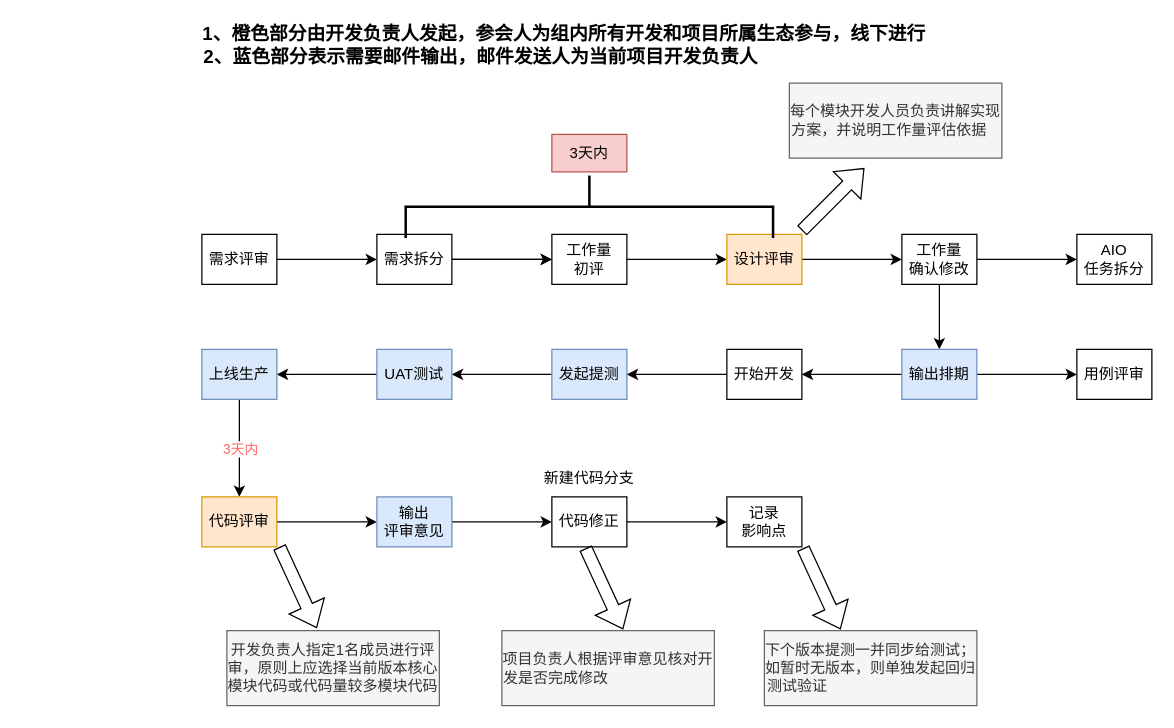
Before: develop-sop.drawio in zhouwenxing/draw.io, a draw.io diagram. Source tidied: cells renumbered, new cells numbered last; positions are measured from the earlier drawing's top-left corner, leaving out a move shared by most shapes. Both pictures are drawn from the tidied source at 125%, with x=0, y=0 at pixel (189, 22).
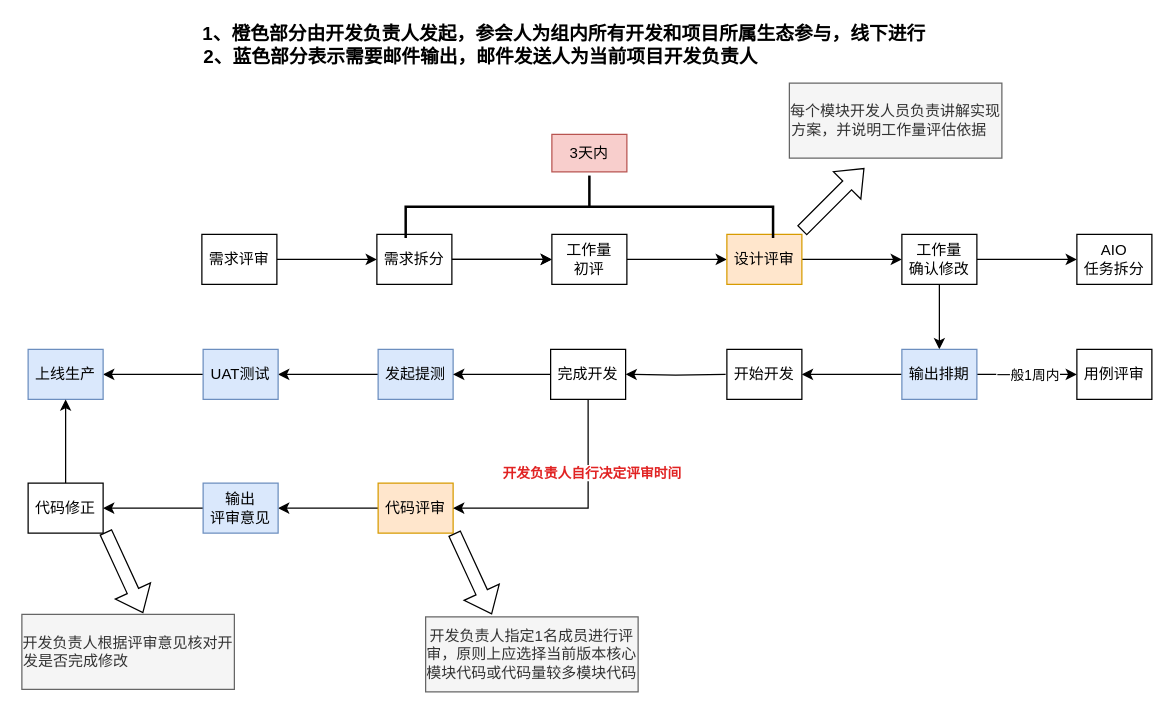
After the change.

Unchanged cells that the change refers to:
```xml
<mxCell id="15" style="edgeStyle=orthogonalEdgeStyle;rounded=0;jettySize=auto;html=1;" parent="1" edge="1" source="16" target="35">
  <mxGeometry relative="1" as="geometry" />
</mxCell>
<mxCell id="19" value="开始开发" style="rounded=0;whiteSpace=wrap;html=1;" parent="1" vertex="1">
  <mxGeometry x="430" y="261" width="60" height="40" as="geometry" />
</mxCell>
```

Diff of the diagram source:
```diff
@@
+    <mxCell id="47" value="一般1周内" style="edgeLabel;html=1;align=center;verticalAlign=middle;labelBorderColor=none;" parent="15" vertex="1">
+      <mxGeometry x="-0.24" relative="1" as="geometry">
+        <mxPoint x="10" as="offset" />
+      </mxGeometry>
+    </mxCell>
@@
-    <mxCell id="18" style="edgeStyle=orthogonalEdgeStyle;rounded=0;jettySize=auto;html=1;" parent="1" edge="1" source="19" target="21">
-      <mxGeometry relative="1" as="geometry">
-        <Array as="points">
-          <mxPoint x="390" y="281" />
-          <mxPoint x="390" y="281" />
-        </Array>
-      </mxGeometry>
-    </mxCell>
+    <mxCell id="48" style="edgeStyle=orthogonalEdgeStyle;rounded=0;jettySize=auto;html=1;" parent="1" edge="1" target="53">
+      <mxGeometry relative="1" as="geometry">
+        <mxPoint x="429" y="281" as="sourcePoint" />
+      </mxGeometry>
+    </mxCell>
@@
     <mxCell id="21" value="发起提测" style="rounded=0;whiteSpace=wrap;html=1;fillColor=#dae8fc;strokeColor=#6c8ebf;" parent="1" vertex="1">
-      <mxGeometry x="290" y="261" width="60" height="40" as="geometry" />
+      <mxGeometry x="151" y="261" width="60" height="40" as="geometry" />
     </mxCell>
@@
     <mxCell id="23" value="UAT测试" style="rounded=0;whiteSpace=wrap;html=1;fillColor=#dae8fc;strokeColor=#6c8ebf;" parent="1" vertex="1">
-      <mxGeometry x="150" y="261" width="60" height="40" as="geometry" />
+      <mxGeometry x="11" y="261" width="60" height="40" as="geometry" />
     </mxCell>
-    <mxCell id="24" style="edgeStyle=orthogonalEdgeStyle;rounded=0;jettySize=auto;html=1;" parent="1" edge="1" source="26" target="28">
-      <mxGeometry relative="1" as="geometry" />
-    </mxCell>
-    <mxCell id="25" value="3天内" style="edgeLabel;html=1;align=center;verticalAlign=middle;fontColor=#FF6666;" parent="24" vertex="1">
-      <mxGeometry x="0.21" y="-4" relative="1" as="geometry">
-        <mxPoint x="4" y="-8" as="offset" />
-      </mxGeometry>
-    </mxCell>
     <mxCell id="26" value="上线生产" style="rounded=0;whiteSpace=wrap;html=1;fillColor=#dae8fc;strokeColor=#6c8ebf;" parent="1" vertex="1">
-      <mxGeometry x="10" y="261" width="60" height="40" as="geometry" />
+      <mxGeometry x="-129" y="261" width="60" height="40" as="geometry" />
     </mxCell>
     <mxCell id="27" style="edgeStyle=orthogonalEdgeStyle;rounded=0;jettySize=auto;html=1;" parent="1" edge="1" source="28" target="30">
-      <mxGeometry relative="1" as="geometry">
-        <Array as="points">
-          <mxPoint x="110" y="399" />
-          <mxPoint x="110" y="399" />
-        </Array>
-      </mxGeometry>
+      <mxGeometry relative="1" as="geometry" />
     </mxCell>
     <mxCell id="28" value="代码评审" style="rounded=0;whiteSpace=wrap;html=1;fillColor=#ffe6cc;strokeColor=#d79b00;" parent="1" vertex="1">
-      <mxGeometry x="10" y="379" width="60" height="40" as="geometry" />
+      <mxGeometry x="151" y="368" width="60" height="40" as="geometry" />
     </mxCell>
@@
     <mxCell id="30" value="输出&lt;br&gt;评审意见" style="rounded=0;whiteSpace=wrap;html=1;fillColor=#dae8fc;strokeColor=#6c8ebf;" parent="1" vertex="1">
-      <mxGeometry x="150" y="379" width="60" height="40" as="geometry" />
+      <mxGeometry x="11" y="368" width="60" height="40" as="geometry" />
     </mxCell>
-    <mxCell id="31" style="edgeStyle=orthogonalEdgeStyle;rounded=0;jettySize=auto;html=1;" parent="1" edge="1" source="32" target="33">
-      <mxGeometry relative="1" as="geometry" />
-    </mxCell>
+    <mxCell id="49" style="edgeStyle=orthogonalEdgeStyle;rounded=0;jettySize=auto;html=1;" parent="1" edge="1" source="32" target="26">
+      <mxGeometry relative="1" as="geometry" />
+    </mxCell>
     <mxCell id="32" value="代码修正" style="rounded=0;whiteSpace=wrap;html=1;" parent="1" vertex="1">
-      <mxGeometry x="290" y="379" width="60" height="40" as="geometry" />
+      <mxGeometry x="-129" y="368" width="60" height="40" as="geometry" />
     </mxCell>
-    <mxCell id="33" value="记录&lt;br&gt;影响点" style="rounded=0;whiteSpace=wrap;html=1;" parent="1" vertex="1">
-      <mxGeometry x="430" y="379" width="60" height="40" as="geometry" />
-    </mxCell>
-    <mxCell id="34" value="新建代码分支" style="text;html=1;strokeColor=none;fillColor=none;align=center;verticalAlign=middle;whiteSpace=wrap;rounded=0;" parent="1" vertex="1">
-      <mxGeometry x="280" y="349" width="80" height="30" as="geometry" />
-    </mxCell>
@@
     <mxCell id="41" style="shape=flexArrow;endArrow=classic;html=1;rounded=0;" parent="1" edge="1">
       <mxGeometry relative="1" as="geometry">
-        <mxPoint x="72" y="419" as="sourcePoint" />
-        <mxPoint x="102" y="484" as="targetPoint" />
+        <mxPoint x="212" y="408" as="sourcePoint" />
+        <mxPoint x="242" y="473" as="targetPoint" />
       </mxGeometry>
     </mxCell>
     <mxCell id="42" value="开发负责人指定1名成员进行评审，原则上应选择当前版本核心模块代码或代码量较多模块代码" style="rounded=0;whiteSpace=wrap;html=1;fillColor=#f5f5f5;fontColor=#333333;strokeColor=#666666;" parent="1" vertex="1">
-      <mxGeometry x="30" y="486" width="170" height="60" as="geometry" />
+      <mxGeometry x="189" y="475" width="170" height="60" as="geometry" />
     </mxCell>
-    <mxCell id="43" style="shape=flexArrow;endArrow=classic;html=1;rounded=0;" parent="1" edge="1">
-      <mxGeometry relative="1" as="geometry">
-        <mxPoint x="491" y="420" as="sourcePoint" />
-        <mxPoint x="521" y="485" as="targetPoint" />
-      </mxGeometry>
-    </mxCell>
-    <mxCell id="44" value="下个版本提测一并同步给测试；&lt;br&gt;如暂时无版本，则单独发起回归测试验证&amp;nbsp; &amp;nbsp; &amp;nbsp; &amp;nbsp; &amp;nbsp; &amp;nbsp; &amp;nbsp; &amp;nbsp; &amp;nbsp; &amp;nbsp; &amp;nbsp; &amp;nbsp; &amp;nbsp; &amp;nbsp; &amp;nbsp; &amp;nbsp; &amp;nbsp; &amp;nbsp;" style="rounded=0;whiteSpace=wrap;html=1;fillColor=#f5f5f5;fontColor=#333333;strokeColor=#666666;" parent="1" vertex="1">
-      <mxGeometry x="460" y="486" width="170" height="60" as="geometry" />
-    </mxCell>
     <mxCell id="45" style="shape=flexArrow;endArrow=classic;html=1;rounded=0;" parent="1" edge="1">
       <mxGeometry relative="1" as="geometry">
-        <mxPoint x="317" y="420" as="sourcePoint" />
-        <mxPoint x="347" y="485" as="targetPoint" />
+        <mxPoint x="-67" y="407" as="sourcePoint" />
+        <mxPoint x="-37" y="472" as="targetPoint" />
       </mxGeometry>
     </mxCell>
-    <mxCell id="46" value="项目负责人根据评审意见核对开发是否完成修改&amp;nbsp; &amp;nbsp; &amp;nbsp; &amp;nbsp; &amp;nbsp; &amp;nbsp; &amp;nbsp; &amp;nbsp; &amp;nbsp; &amp;nbsp; &amp;nbsp; &amp;nbsp; &amp;nbsp;" style="rounded=0;whiteSpace=wrap;html=1;fillColor=#f5f5f5;fontColor=#333333;strokeColor=#666666;" parent="1" vertex="1">
-      <mxGeometry x="250" y="486" width="170" height="60" as="geometry" />
+    <mxCell id="46" value="开发负责人根据评审意见核对开发是否完成修改&amp;nbsp; &amp;nbsp; &amp;nbsp; &amp;nbsp; &amp;nbsp; &amp;nbsp; &amp;nbsp; &amp;nbsp; &amp;nbsp; &amp;nbsp; &amp;nbsp; &amp;nbsp; &amp;nbsp;" style="rounded=0;whiteSpace=wrap;html=1;fillColor=#f5f5f5;fontColor=#333333;strokeColor=#666666;" parent="1" vertex="1">
+      <mxGeometry x="-134" y="473" width="170" height="60" as="geometry" />
     </mxCell>
+    <mxCell id="50" style="edgeStyle=orthogonalEdgeStyle;rounded=0;jettySize=auto;html=1;" parent="1" edge="1" source="53" target="21">
+      <mxGeometry relative="1" as="geometry" />
+    </mxCell>
+    <mxCell id="51" style="edgeStyle=orthogonalEdgeStyle;rounded=0;jettySize=auto;html=1;exitX=0.5;exitY=1;exitDx=0;exitDy=0;entryX=1;entryY=0.5;entryDx=0;entryDy=0;" parent="1" edge="1" source="53" target="28">
+      <mxGeometry relative="1" as="geometry" />
+    </mxCell>
+    <mxCell id="52" value="开发负责人自行决定评审时间" style="edgeLabel;html=1;align=center;verticalAlign=middle;fontStyle=1;fontColor=#e12323;" parent="51" vertex="1">
+      <mxGeometry x="-0.41" y="2" relative="1" as="geometry" />
+    </mxCell>
+    <mxCell id="53" value="完成开发" style="rounded=0;whiteSpace=wrap;html=1;" parent="1" vertex="1">
+      <mxGeometry x="289" y="261" width="60" height="40" as="geometry" />
+    </mxCell>
```
